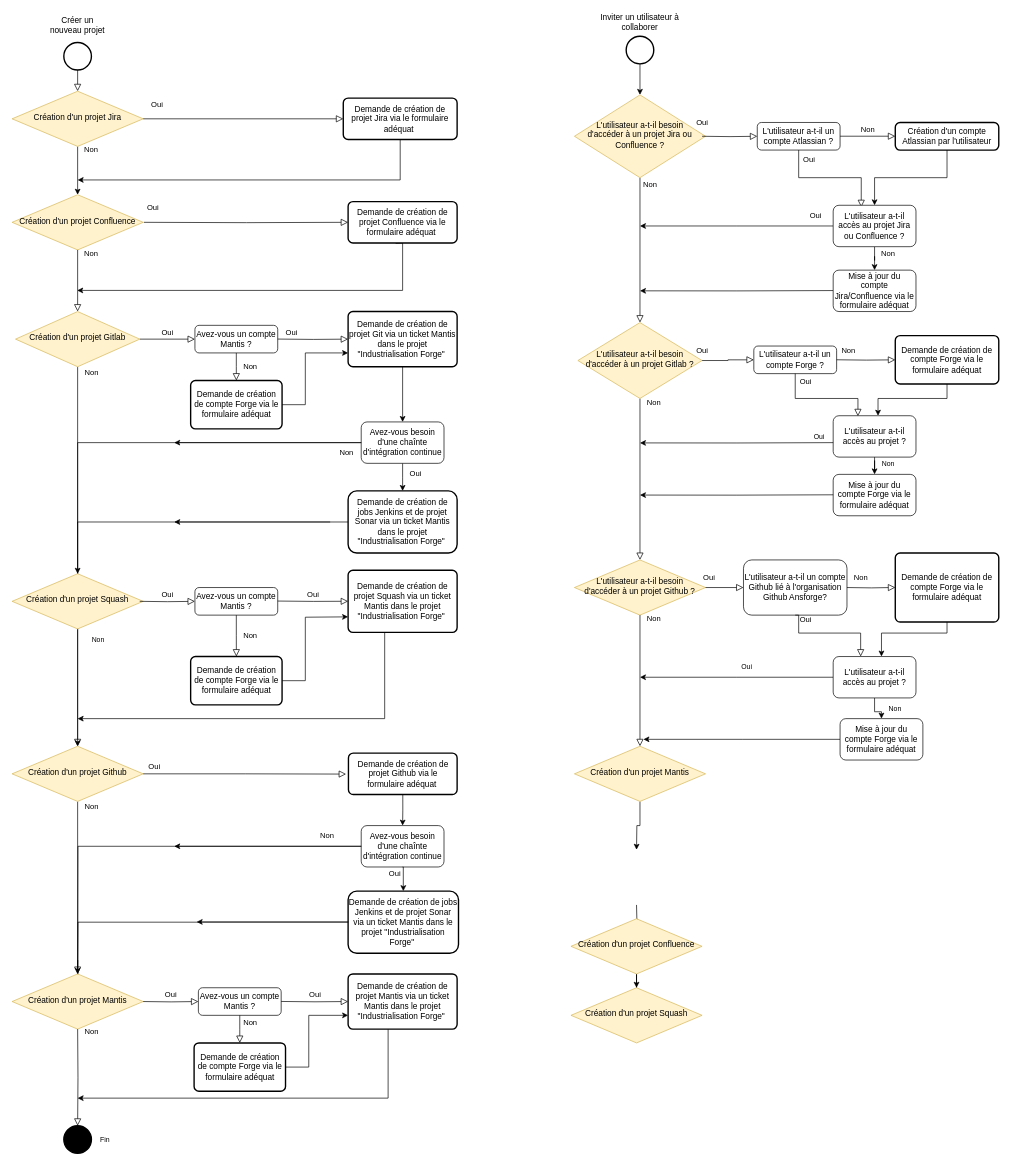
The draw.io diagram diagrammes/Diagramme sans nom.drawio in mfaurel/drawio, before the edit. Source tidied: cells renumbered, new cells numbered last; positions are measured from the earlier drawing's top-left corner, leaving out a move shared by most shapes. Both pictures are drawn from the tidied source at 69%, with x=0, y=0 at pixel (12, 12).
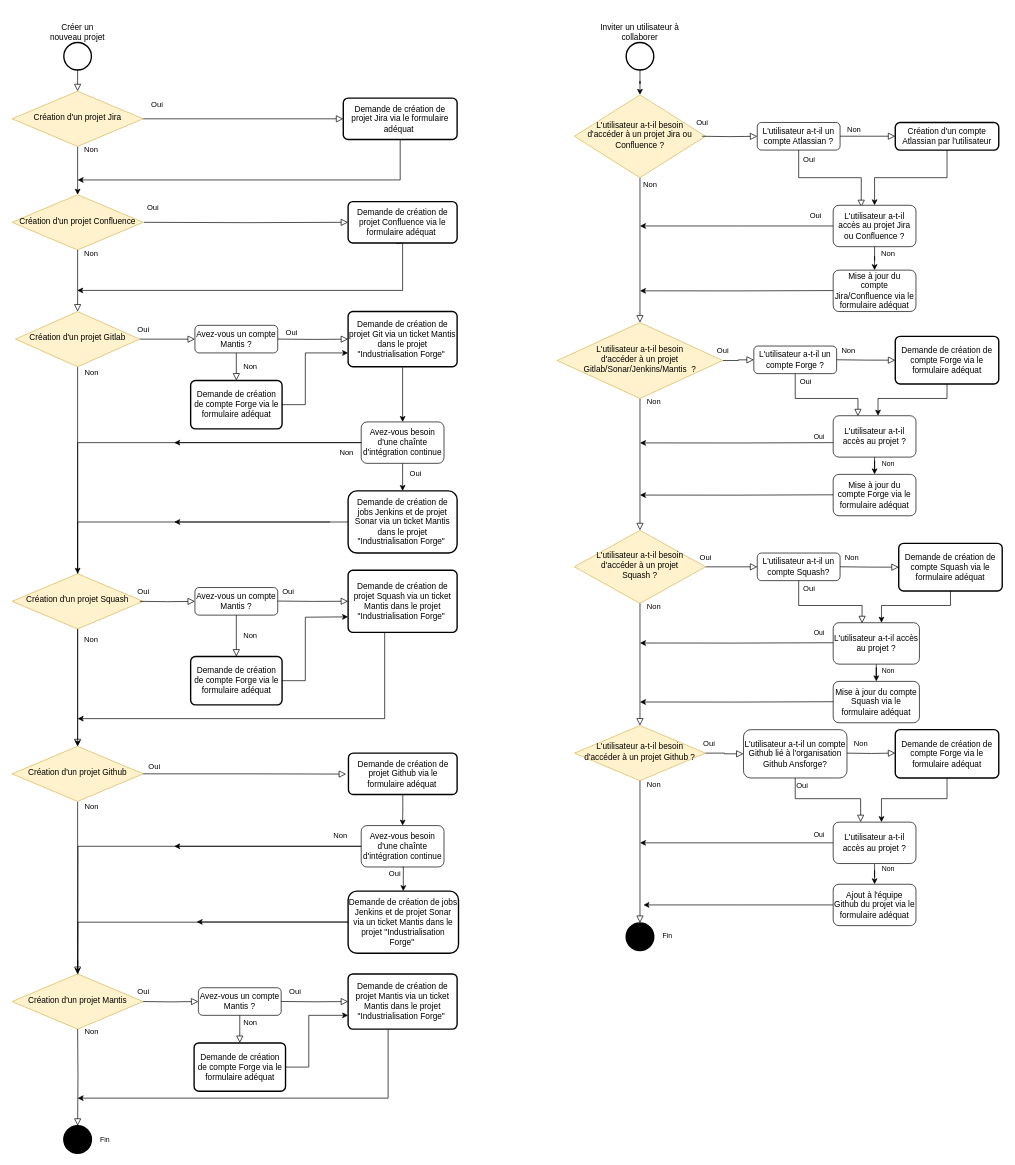
After the change.

Commit message (it also covers changes not shown here):
Mettre à jour Diagramme sans nom.drawio

The change refers to these unchanged cells:
```xml
<mxCell id="6" value="Création d'un projet Gitlab" style="rhombus;whiteSpace=wrap;html=1;shadow=0;fontFamily=Helvetica;fontSize=12;align=center;strokeWidth=1;spacing=6;spacingTop=-4;fillColor=#fff2cc;strokeColor=#d6b656;" parent="1" vertex="1">
  <mxGeometry x="5" y="434" width="180" height="80" as="geometry" />
</mxCell>
<mxCell id="7" value="Avez-vous un compte Mantis ?" style="rounded=1;whiteSpace=wrap;html=1;fontSize=12;glass=0;strokeWidth=1;shadow=0;" parent="1" vertex="1">
  <mxGeometry x="265" y="454" width="120" height="40" as="geometry" />
</mxCell>
<mxCell id="40" value="Avez-vous un compte Mantis ?" style="rounded=1;whiteSpace=wrap;html=1;fontSize=12;glass=0;strokeWidth=1;shadow=0;" parent="1" vertex="1">
  <mxGeometry x="270" y="1414" width="120" height="40" as="geometry" />
</mxCell>
<mxCell id="43" value="Demande de création de projet Mantis via un ticket Mantis dans le projet &quot;Industrialisation Forge&quot;&amp;nbsp;" style="rounded=1;whiteSpace=wrap;html=1;absoluteArcSize=1;arcSize=14;strokeWidth=2;" parent="1" vertex="1">
  <mxGeometry x="487" y="1394" width="158" height="80" as="geometry" />
</mxCell>
<mxCell id="49" value="Avez-vous un compte Mantis ?" style="rounded=1;whiteSpace=wrap;html=1;fontSize=12;glass=0;strokeWidth=1;shadow=0;" parent="1" vertex="1">
  <mxGeometry x="265" y="834" width="120" height="40" as="geometry" />
</mxCell>
```

The edit, as a diff of the source:
```diff
@@
     <mxCell id="5" value="Oui" style="edgeStyle=orthogonalEdgeStyle;rounded=0;html=1;jettySize=auto;fontSize=11;endArrow=block;endFill=0;endSize=8;strokeWidth=1;shadow=0;labelBackgroundColor=none;" parent="1" edge="1" source="6" target="7">
-      <mxGeometry y="10" relative="1" as="geometry" />
+      <mxGeometry x="-0.88" y="14" relative="1" as="geometry" />
     </mxCell>
@@
     <mxCell id="10" value="Créer un nouveau projet" style="text;html=1;strokeColor=none;fillColor=none;align=center;verticalAlign=middle;whiteSpace=wrap;rounded=0;" parent="1" vertex="1">
-      <mxGeometry x="50" y="4" width="90" height="30" as="geometry" />
+      <mxGeometry x="50" y="14" width="90" height="30" as="geometry" />
     </mxCell>
@@
     <mxCell id="39" value="Oui" style="edgeStyle=orthogonalEdgeStyle;rounded=0;html=1;jettySize=auto;fontSize=11;endArrow=block;endFill=0;endSize=8;strokeWidth=1;shadow=0;labelBackgroundColor=none;" parent="1" edge="1" target="40">
-      <mxGeometry y="10" relative="1" as="geometry">
+      <mxGeometry x="-1" y="14" relative="1" as="geometry">
         <mxPoint x="190" y="1434" as="sourcePoint" />
       </mxGeometry>
     </mxCell>
@@
     <mxCell id="41" value="Oui" style="edgeStyle=orthogonalEdgeStyle;rounded=0;html=1;jettySize=auto;fontSize=11;endArrow=block;endFill=0;endSize=8;strokeWidth=1;shadow=0;labelBackgroundColor=none;entryX=0;entryY=0.5;entryDx=0;entryDy=0;" parent="1" edge="1" target="43">
-      <mxGeometry y="10" relative="1" as="geometry">
+      <mxGeometry x="-0.59" y="14" relative="1" as="geometry">
         <mxPoint x="390" y="1433.9" as="sourcePoint" />
       </mxGeometry>
     </mxCell>
@@
     <mxCell id="48" value="Oui" style="edgeStyle=orthogonalEdgeStyle;rounded=0;html=1;jettySize=auto;fontSize=11;endArrow=block;endFill=0;endSize=8;strokeWidth=1;shadow=0;labelBackgroundColor=none;" parent="1" edge="1" target="49">
-      <mxGeometry x="0.02" y="10" relative="1" as="geometry">
+      <mxGeometry x="-0.88" y="14" relative="1" as="geometry">
         <mxPoint x="185" y="854" as="sourcePoint" />
       </mxGeometry>
     </mxCell>
@@
     <mxCell id="55" value="Oui" style="edgeStyle=orthogonalEdgeStyle;rounded=0;html=1;jettySize=auto;orthogonalLoop=1;fontSize=11;endArrow=block;endFill=0;endSize=8;strokeWidth=1;shadow=0;labelBackgroundColor=none;entryX=0;entryY=0.5;entryDx=0;entryDy=0;" parent="1" edge="1">
-      <mxGeometry y="10" relative="1" as="geometry">
+      <mxGeometry x="-0.71" y="14" relative="1" as="geometry">
         <mxPoint x="385" y="853.6" as="sourcePoint" />
         <mxPoint x="487" y="853.9" as="targetPoint" />
       </mxGeometry>
     </mxCell>
@@
     <mxCell id="58" value="&lt;font style=&quot;font-size: 11px;&quot;&gt;Non&lt;/font&gt;" style="text;strokeColor=none;align=center;fillColor=none;html=1;verticalAlign=middle;whiteSpace=wrap;rounded=0;" parent="1" vertex="1">
-      <mxGeometry x="427" y="1179" width="60" height="30" as="geometry" />
+      <mxGeometry x="446" y="1179" width="60" height="30" as="geometry" />
     </mxCell>
@@
     <mxCell id="60" style="strokeWidth=2;html=1;shape=mxgraph.flowchart.start_2;whiteSpace=wrap;" parent="1" vertex="1">
-      <mxGeometry x="890" y="35" width="40" height="40" as="geometry" />
+      <mxGeometry x="890" y="44" width="40" height="40" as="geometry" />
     </mxCell>
@@
-    <mxCell id="62" value="Non" style="rounded=0;html=1;jettySize=auto;fontSize=11;endArrow=block;endFill=0;endSize=8;strokeWidth=1;shadow=0;labelBackgroundColor=none;edgeStyle=orthogonalEdgeStyle;" parent="1" edge="1" source="64" target="66">
+    <mxCell id="62" value="Non" style="rounded=0;html=1;jettySize=auto;fontSize=11;endArrow=block;endFill=0;endSize=8;strokeWidth=1;shadow=0;labelBackgroundColor=none;edgeStyle=orthogonalEdgeStyle;entryX=0.5;entryY=0;entryDx=0;entryDy=0;" parent="1" edge="1" source="64" target="79">
       <mxGeometry x="-0.95" y="20" relative="1" as="geometry" />
     </mxCell>
@@
-    <mxCell id="64" value="L'utilisateur a-t-il besoin d'accéder à un projet Gitlab ?" style="rhombus;whiteSpace=wrap;html=1;shadow=0;fontFamily=Helvetica;fontSize=12;align=center;strokeWidth=1;spacing=6;spacingTop=-4;fillColor=#fff2cc;strokeColor=#d6b656;" parent="1" vertex="1">
-      <mxGeometry x="820" y="450" width="180" height="110" as="geometry" />
+    <mxCell id="64" value="L'utilisateur a-t-il besoin &lt;br&gt;d'accéder à un projet Gitlab/Sonar/Jenkins/Mantis&amp;nbsp; ?" style="rhombus;whiteSpace=wrap;html=1;shadow=0;fontFamily=Helvetica;fontSize=12;align=center;strokeWidth=1;spacing=6;spacingTop=-4;fillColor=#fff2cc;strokeColor=#d6b656;" parent="1" vertex="1">
+      <mxGeometry x="790" y="450" width="240" height="110" as="geometry" />
     </mxCell>
@@
     <mxCell id="66" value="L'utilisateur a-t-il besoin d'accéder à un projet&amp;nbsp;Github ?" style="rhombus;whiteSpace=wrap;html=1;shadow=0;fontFamily=Helvetica;fontSize=12;align=center;strokeWidth=1;spacing=6;spacingTop=-4;fillColor=#fff2cc;strokeColor=#d6b656;" parent="1" vertex="1">
-      <mxGeometry x="815" y="794" width="190" height="80" as="geometry" />
+      <mxGeometry x="815" y="1034" width="190" height="80" as="geometry" />
     </mxCell>
     <mxCell id="67" value="Inviter un utilisateur à collaborer" style="text;html=1;strokeColor=none;fillColor=none;align=center;verticalAlign=middle;whiteSpace=wrap;rounded=0;" parent="1" vertex="1">
-      <mxGeometry x="850" width="120" height="30" as="geometry" />
+      <mxGeometry x="850" y="14" width="120" height="30" as="geometry" />
     </mxCell>
@@
     <mxCell id="70" value="Demande de création de compte Forge via le formulaire adéquat" style="rounded=1;whiteSpace=wrap;html=1;absoluteArcSize=1;arcSize=14;strokeWidth=2;" parent="1" vertex="1">
-      <mxGeometry x="1280" y="469" width="150" height="70" as="geometry" />
+      <mxGeometry x="1280" y="470" width="150" height="69" as="geometry" />
     </mxCell>
@@
-    <mxCell id="74" style="edgeStyle=orthogonalEdgeStyle;rounded=0;jettySize=auto;html=1;" parent="1" edge="1" source="75">
-      <mxGeometry relative="1" as="geometry">
-        <mxPoint x="905" y="1214" as="targetPoint" />
-      </mxGeometry>
-    </mxCell>
-    <mxCell id="75" value="Création d'un projet Mantis" style="rhombus;whiteSpace=wrap;html=1;shadow=0;fontFamily=Helvetica;fontSize=12;align=center;strokeWidth=1;spacing=6;spacingTop=-4;fillColor=#fff2cc;strokeColor=#d6b656;" parent="1" vertex="1">
-      <mxGeometry x="815" y="1064" width="190" height="80" as="geometry" />
-    </mxCell>
-    <mxCell id="76" style="edgeStyle=orthogonalEdgeStyle;rounded=0;jettySize=auto;html=1;" parent="1" edge="1" target="78">
-      <mxGeometry relative="1" as="geometry">
-        <mxPoint x="905" y="1294" as="sourcePoint" />
-      </mxGeometry>
-    </mxCell>
-    <mxCell id="77" style="edgeStyle=orthogonalEdgeStyle;rounded=0;jettySize=auto;html=1;" parent="1" edge="1" source="78" target="79">
-      <mxGeometry relative="1" as="geometry" />
-    </mxCell>
-    <mxCell id="78" value="Création d'un projet Confluence" style="rhombus;whiteSpace=wrap;html=1;shadow=0;fontFamily=Helvetica;fontSize=12;align=center;strokeWidth=1;spacing=6;spacingTop=-4;fillColor=#fff2cc;strokeColor=#d6b656;" parent="1" vertex="1">
-      <mxGeometry x="810" y="1314" width="190" height="80" as="geometry" />
-    </mxCell>
-    <mxCell id="79" value="Création d'un projet Squash" style="rhombus;whiteSpace=wrap;html=1;shadow=0;fontFamily=Helvetica;fontSize=12;align=center;strokeWidth=1;spacing=6;spacingTop=-4;fillColor=#fff2cc;strokeColor=#d6b656;" parent="1" vertex="1">
-      <mxGeometry x="810" y="1414" width="190" height="80" as="geometry" />
+    <mxCell id="79" value="L'utilisateur a-t-il besoin d'accéder à un projet &lt;br&gt;Squash ?" style="rhombus;whiteSpace=wrap;html=1;shadow=0;fontFamily=Helvetica;fontSize=12;align=center;strokeWidth=1;spacing=6;spacingTop=-4;fillColor=#fff2cc;strokeColor=#d6b656;" parent="1" vertex="1">
+      <mxGeometry x="815" y="751" width="190" height="106" as="geometry" />
     </mxCell>
@@
     <mxCell id="84" value="L'utilisateur a-t-il un compte Github lié à l'organisation Github Ansforge?" style="rounded=1;whiteSpace=wrap;html=1;fontSize=12;glass=0;strokeWidth=1;shadow=0;" parent="1" vertex="1">
-      <mxGeometry x="1060" y="794" width="150" height="80" as="geometry" />
+      <mxGeometry x="1060" y="1040" width="150" height="70" as="geometry" />
     </mxCell>
     <mxCell id="85" value="Non" style="edgeStyle=orthogonalEdgeStyle;rounded=0;html=1;jettySize=auto;orthogonalLoop=1;fontSize=11;endArrow=block;endFill=0;endSize=8;strokeWidth=1;shadow=0;labelBackgroundColor=none;" parent="1" edge="1">
       <mxGeometry x="-0.44" y="14" relative="1" as="geometry">
-        <mxPoint x="1210" y="834" as="sourcePoint" />
-        <mxPoint x="1280" y="833.9" as="targetPoint" />
+        <mxPoint x="1210" y="1074" as="sourcePoint" />
+        <mxPoint x="1280" y="1073.9" as="targetPoint" />
       </mxGeometry>
     </mxCell>
     <mxCell id="86" style="edgeStyle=orthogonalEdgeStyle;rounded=0;jettySize=auto;html=1;" parent="1" edge="1" source="87" target="91">
       <mxGeometry relative="1" as="geometry">
         <Array as="points">
-          <mxPoint x="1355" y="900" />
-          <mxPoint x="1260" y="900" />
+          <mxPoint x="1355" y="1140" />
+          <mxPoint x="1260" y="1140" />
         </Array>
       </mxGeometry>
     </mxCell>
     <mxCell id="87" value="Demande de création de compte Forge via le formulaire adéquat" style="rounded=1;whiteSpace=wrap;html=1;absoluteArcSize=1;arcSize=14;strokeWidth=2;" parent="1" vertex="1">
-      <mxGeometry x="1280" y="784" width="150" height="100" as="geometry" />
+      <mxGeometry x="1280" y="1040" width="150" height="70" as="geometry" />
     </mxCell>
     <mxCell id="88" value="Oui" style="rounded=0;html=1;jettySize=auto;fontSize=11;endArrow=block;endFill=0;endSize=8;strokeWidth=1;shadow=0;labelBackgroundColor=none;edgeStyle=orthogonalEdgeStyle;exitX=0.5;exitY=1;exitDx=0;exitDy=0;entryX=0.332;entryY=0;entryDx=0;entryDy=0;entryPerimeter=0;" parent="1" edge="1" source="84" target="91">
       <mxGeometry x="-0.86" y="10" relative="1" as="geometry">
         <Array as="points">
-          <mxPoint x="1140" y="874" />
-          <mxPoint x="1140" y="900" />
-          <mxPoint x="1230" y="900" />
+          <mxPoint x="1135" y="1140" />
+          <mxPoint x="1230" y="1140" />
         </Array>
       </mxGeometry>
     </mxCell>
     <mxCell id="89" style="edgeStyle=orthogonalEdgeStyle;rounded=0;jettySize=auto;html=1;" parent="1" edge="1" source="91">
       <mxGeometry relative="1" as="geometry">
-        <mxPoint x="910" y="964" as="targetPoint" />
+        <mxPoint x="910" y="1204" as="targetPoint" />
       </mxGeometry>
     </mxCell>
@@
     <mxCell id="91" value="L'utilisateur a-t-il accès au projet ?" style="rounded=1;whiteSpace=wrap;html=1;arcSize=14;strokeWidth=1;" parent="1" vertex="1">
-      <mxGeometry x="1190" y="934" width="120" height="60" as="geometry" />
+      <mxGeometry x="1190" y="1174" width="120" height="60" as="geometry" />
     </mxCell>
     <mxCell id="92" style="edgeStyle=orthogonalEdgeStyle;rounded=0;jettySize=auto;html=1;exitX=0;exitY=0.5;exitDx=0;exitDy=0;" parent="1" edge="1" source="94">
       <mxGeometry relative="1" as="geometry">
-        <mxPoint x="915" y="1054" as="targetPoint" />
+        <mxPoint x="915" y="1294" as="targetPoint" />
       </mxGeometry>
     </mxCell>
     <mxCell id="93" value="&lt;font style=&quot;font-size: 10px;&quot;&gt;Oui&lt;/font&gt;" style="text;strokeColor=none;align=center;fillColor=none;html=1;verticalAlign=middle;whiteSpace=wrap;rounded=0;" parent="1" vertex="1">
-      <mxGeometry x="1035" y="934" width="60" height="30" as="geometry" />
+      <mxGeometry x="1150" y="1180" width="40" height="24" as="geometry" />
     </mxCell>
-    <mxCell id="94" value="Mise à jour du compte Forge via le formulaire adéquat" style="rounded=1;whiteSpace=wrap;html=1;arcSize=14;strokeWidth=1;" parent="1" vertex="1">
-      <mxGeometry x="1200" y="1024" width="120" height="60" as="geometry" />
+    <mxCell id="94" value="Ajout à l'équipe Github du projet via le formulaire adéquat" style="rounded=1;whiteSpace=wrap;html=1;arcSize=14;strokeWidth=1;" parent="1" vertex="1">
+      <mxGeometry x="1190" y="1264" width="120" height="60" as="geometry" />
     </mxCell>
     <mxCell id="95" value="&lt;font style=&quot;font-size: 10px;&quot;&gt;Non&lt;/font&gt;" style="text;strokeColor=none;align=center;fillColor=none;html=1;verticalAlign=middle;whiteSpace=wrap;rounded=0;" parent="1" vertex="1">
-      <mxGeometry x="1250" y="994" width="60" height="30" as="geometry" />
+      <mxGeometry x="1250" y="1234" width="40" height="16" as="geometry" />
     </mxCell>
-    <mxCell id="96" value="&lt;font style=&quot;font-size: 10px;&quot;&gt;Non&lt;/font&gt;" style="text;strokeColor=none;align=center;fillColor=none;html=1;verticalAlign=middle;whiteSpace=wrap;rounded=0;" parent="1" vertex="1">
-      <mxGeometry x="95" y="894" width="60" height="30" as="geometry" />
+    <mxCell id="96" value="&lt;font style=&quot;font-size: 11px;&quot;&gt;Non&lt;/font&gt;" style="text;strokeColor=none;align=center;fillColor=none;html=1;verticalAlign=middle;whiteSpace=wrap;rounded=0;" parent="1" vertex="1">
+      <mxGeometry x="85" y="894" width="60" height="30" as="geometry" />
     </mxCell>
@@
     <mxCell id="113" value="Non" style="edgeStyle=orthogonalEdgeStyle;rounded=0;html=1;jettySize=auto;orthogonalLoop=1;fontSize=11;endArrow=block;endFill=0;endSize=8;strokeWidth=1;shadow=0;labelBackgroundColor=none;" parent="1" edge="1">
-      <mxGeometry y="10" relative="1" as="geometry">
+      <mxGeometry x="-0.5" y="10" relative="1" as="geometry">
         <mxPoint x="1200" y="179.9" as="sourcePoint" />
         <mxPoint x="1280" y="179.9" as="targetPoint" />
       </mxGeometry>
     </mxCell>
@@
-    <mxCell id="127" value="Non" style="rounded=0;html=1;jettySize=auto;fontSize=11;endArrow=block;endFill=0;endSize=8;strokeWidth=1;shadow=0;labelBackgroundColor=none;edgeStyle=orthogonalEdgeStyle;exitX=0.5;exitY=1;exitDx=0;exitDy=0;entryX=0.5;entryY=0;entryDx=0;entryDy=0;" parent="1" edge="1" source="66" target="75">
+    <mxCell id="127" value="Non" style="rounded=0;html=1;jettySize=auto;fontSize=11;endArrow=block;endFill=0;endSize=8;strokeWidth=1;shadow=0;labelBackgroundColor=none;edgeStyle=orthogonalEdgeStyle;exitX=0.5;exitY=1;exitDx=0;exitDy=0;entryX=0.5;entryY=0;entryDx=0;entryDy=0;entryPerimeter=0;" parent="1" edge="1" source="66" target="142">
       <mxGeometry x="-0.95" y="20" relative="1" as="geometry" />
     </mxCell>
+    <mxCell id="128" value="Oui" style="edgeStyle=orthogonalEdgeStyle;rounded=0;html=1;jettySize=auto;fontSize=11;endArrow=block;endFill=0;endSize=8;strokeWidth=1;shadow=0;labelBackgroundColor=none;exitX=1;exitY=0.5;exitDx=0;exitDy=0;" parent="1" edge="1" source="79" target="129">
+      <mxGeometry x="-1" y="14" relative="1" as="geometry" />
+    </mxCell>
+    <mxCell id="129" value="L'utilisateur a-t-il un compte Squash?" style="rounded=1;whiteSpace=wrap;html=1;fontSize=12;glass=0;strokeWidth=1;shadow=0;" parent="1" vertex="1">
+      <mxGeometry x="1080" y="784" width="120" height="40" as="geometry" />
+    </mxCell>
+    <mxCell id="130" value="Non" style="edgeStyle=orthogonalEdgeStyle;rounded=0;html=1;jettySize=auto;fontSize=11;endArrow=block;endFill=0;endSize=8;strokeWidth=1;shadow=0;labelBackgroundColor=none;entryX=0;entryY=0.5;entryDx=0;entryDy=0;" parent="1" edge="1" target="132">
+      <mxGeometry x="-0.61" y="14" relative="1" as="geometry">
+        <mxPoint x="1200" y="803.9" as="sourcePoint" />
+      </mxGeometry>
+    </mxCell>
+    <mxCell id="131" style="edgeStyle=orthogonalEdgeStyle;rounded=0;jettySize=auto;html=1;" parent="1" edge="1" source="132" target="135">
+      <mxGeometry relative="1" as="geometry">
+        <Array as="points">
+          <mxPoint x="1360" y="860" />
+          <mxPoint x="1260" y="860" />
+        </Array>
+      </mxGeometry>
+    </mxCell>
+    <mxCell id="132" value="Demande de création de compte Squash via le formulaire adéquat" style="rounded=1;whiteSpace=wrap;html=1;absoluteArcSize=1;arcSize=14;strokeWidth=2;" parent="1" vertex="1">
+      <mxGeometry x="1285" y="770" width="150" height="69" as="geometry" />
+    </mxCell>
+    <mxCell id="133" value="Oui" style="rounded=0;html=1;jettySize=auto;fontSize=11;endArrow=block;endFill=0;endSize=8;strokeWidth=1;shadow=0;labelBackgroundColor=none;edgeStyle=orthogonalEdgeStyle;exitX=0.5;exitY=1;exitDx=0;exitDy=0;entryX=0.335;entryY=0.012;entryDx=0;entryDy=0;entryPerimeter=0;" parent="1" edge="1" source="129" target="135">
+      <mxGeometry x="-0.84" y="15" relative="1" as="geometry">
+        <Array as="points">
+          <mxPoint x="1140" y="860" />
+          <mxPoint x="1232" y="860" />
+        </Array>
+      </mxGeometry>
+    </mxCell>
+    <mxCell id="134" style="edgeStyle=orthogonalEdgeStyle;rounded=0;jettySize=auto;html=1;" parent="1" edge="1" source="135" target="137">
+      <mxGeometry relative="1" as="geometry" />
+    </mxCell>
+    <mxCell id="135" value="L'utilisateur a-t-il accès au projet ?" style="rounded=1;whiteSpace=wrap;html=1;arcSize=14;strokeWidth=1;" parent="1" vertex="1">
+      <mxGeometry x="1190" y="885" width="125" height="60" as="geometry" />
+    </mxCell>
+    <mxCell id="136" value="&lt;font style=&quot;font-size: 10px;&quot;&gt;Oui&lt;/font&gt;" style="text;strokeColor=none;align=center;fillColor=none;html=1;verticalAlign=middle;whiteSpace=wrap;rounded=0;" parent="1" vertex="1">
+      <mxGeometry x="1140" y="885" width="60" height="30" as="geometry" />
+    </mxCell>
+    <mxCell id="137" value="Mise à jour du compte Squash via le formulaire adéquat" style="rounded=1;whiteSpace=wrap;html=1;arcSize=14;strokeWidth=1;" parent="1" vertex="1">
+      <mxGeometry x="1190" y="970" width="125" height="60" as="geometry" />
+    </mxCell>
+    <mxCell id="138" value="&lt;font style=&quot;font-size: 10px;&quot;&gt;Non&lt;/font&gt;" style="text;strokeColor=none;align=center;fillColor=none;html=1;verticalAlign=middle;whiteSpace=wrap;rounded=0;" parent="1" vertex="1">
+      <mxGeometry x="1250" y="945" width="40" height="20" as="geometry" />
+    </mxCell>
+    <mxCell id="139" style="edgeStyle=orthogonalEdgeStyle;rounded=0;orthogonalLoop=1;jettySize=auto;html=1;exitX=0;exitY=0.5;exitDx=0;exitDy=0;" parent="1" edge="1">
+      <mxGeometry relative="1" as="geometry">
+        <mxPoint x="1190" y="914" as="sourcePoint" />
+        <mxPoint x="910" y="914.4" as="targetPoint" />
+      </mxGeometry>
+    </mxCell>
+    <mxCell id="140" style="edgeStyle=orthogonalEdgeStyle;rounded=0;orthogonalLoop=1;jettySize=auto;html=1;exitX=0;exitY=0.5;exitDx=0;exitDy=0;" parent="1" edge="1">
+      <mxGeometry relative="1" as="geometry">
+        <mxPoint x="1190" y="999.5" as="sourcePoint" />
+        <mxPoint x="910" y="999.9" as="targetPoint" />
+      </mxGeometry>
+    </mxCell>
+    <mxCell id="141" value="Non" style="rounded=0;html=1;jettySize=auto;fontSize=11;endArrow=block;endFill=0;endSize=8;strokeWidth=1;shadow=0;labelBackgroundColor=none;edgeStyle=orthogonalEdgeStyle;entryX=0.5;entryY=0;entryDx=0;entryDy=0;" parent="1" edge="1" source="79" target="66">
+      <mxGeometry x="-0.95" y="20" relative="1" as="geometry" />
+    </mxCell>
+    <mxCell id="142" style="strokeWidth=2;html=1;shape=mxgraph.flowchart.start_2;whiteSpace=wrap;fillColor=#000000;" parent="1" vertex="1">
+      <mxGeometry x="890" y="1320" width="40" height="40" as="geometry" />
+    </mxCell>
+    <mxCell id="143" value="&lt;font style=&quot;font-size: 10px;&quot;&gt;Fin&lt;/font&gt;" style="text;strokeColor=none;align=center;fillColor=none;html=1;verticalAlign=middle;whiteSpace=wrap;rounded=0;" parent="1" vertex="1">
+      <mxGeometry x="920" y="1324" width="60" height="30" as="geometry" />
+    </mxCell>
```
